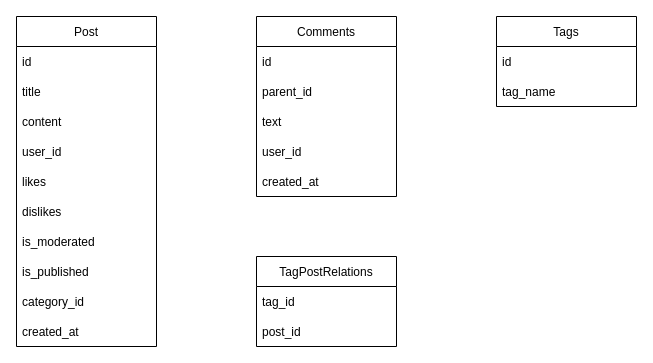
Before: Untitled Diagram.drawio in melloncholy/authv5, a draw.io diagram. Source tidied: cells renumbered, new cells numbered last; positions are measured from the earlier drawing's top-left corner, leaving out a move shared by most shapes. Both pictures are drawn from the tidied source at 100%, with x=0, y=0 at pixel (16, 16).
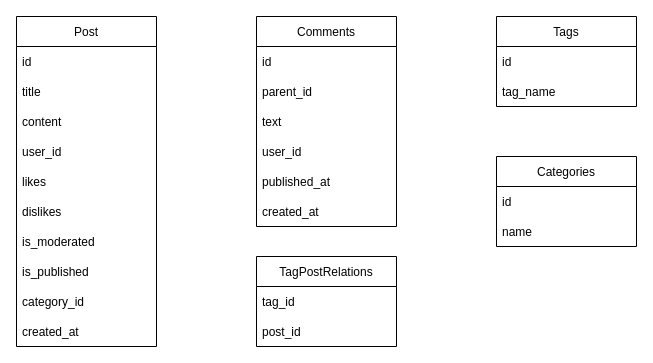
The same diagram, later.

Change to the diagram source:
```diff
@@
     <mxCell id="13" value="Comments" style="swimlane;fontStyle=0;horizontal=1;startSize=30;" parent="1" vertex="1">
-      <mxGeometry x="240" width="140" height="180" as="geometry" />
+      <mxGeometry x="240" width="140" height="210" as="geometry" />
     </mxCell>
@@
+    <mxCell id="25" value="published_at" style="text;strokeColor=none;fillColor=none;align=left;verticalAlign=middle;spacingLeft=4;spacingRight=4;overflow=hidden;" parent="13" vertex="1">
+      <mxGeometry y="150" width="140" height="30" as="geometry" />
+    </mxCell>
     <mxCell id="18" value="created_at" style="text;strokeColor=none;fillColor=none;align=left;verticalAlign=middle;spacingLeft=4;spacingRight=4;overflow=hidden;" parent="13" vertex="1">
-      <mxGeometry y="150" width="140" height="30" as="geometry" />
+      <mxGeometry y="180" width="140" height="30" as="geometry" />
     </mxCell>
@@
+    <mxCell id="26" value="Categories" style="swimlane;fontStyle=0;horizontal=1;startSize=30;" parent="1" vertex="1">
+      <mxGeometry x="480" y="140" width="140" height="90" as="geometry" />
+    </mxCell>
+    <mxCell id="27" value="id" style="text;strokeColor=none;fillColor=none;align=left;verticalAlign=middle;spacingLeft=4;spacingRight=4;overflow=hidden;" parent="26" vertex="1">
+      <mxGeometry y="30" width="140" height="30" as="geometry" />
+    </mxCell>
+    <mxCell id="28" value="name" style="text;strokeColor=none;fillColor=none;align=left;verticalAlign=middle;spacingLeft=4;spacingRight=4;overflow=hidden;" parent="26" vertex="1">
+      <mxGeometry y="60" width="140" height="30" as="geometry" />
+    </mxCell>
```
